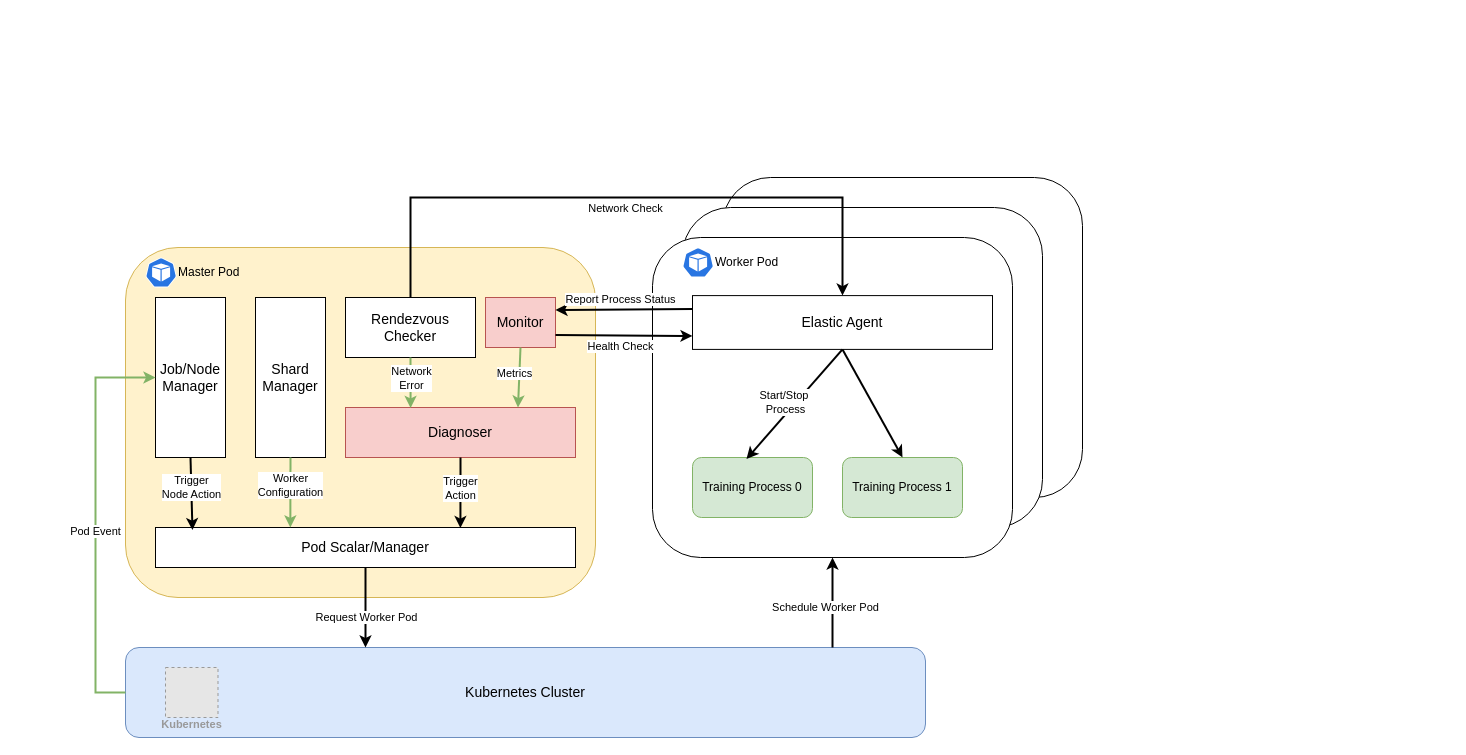
TheAriaYang/LynnnnnnnYang.github.io keeps this draw.io diagram as 未命名绘图.drawio. Above is the earlier version. Source tidied: cells renumbered, new cells numbered last; positions are measured from the earlier drawing's top-left corner, leaving out a move shared by most shapes. Both pictures are drawn from the tidied source at 100%, with x=0, y=0 at pixel (95, 177). Pictures stored in the file or linked from it are replaced by grey dashed boxes.
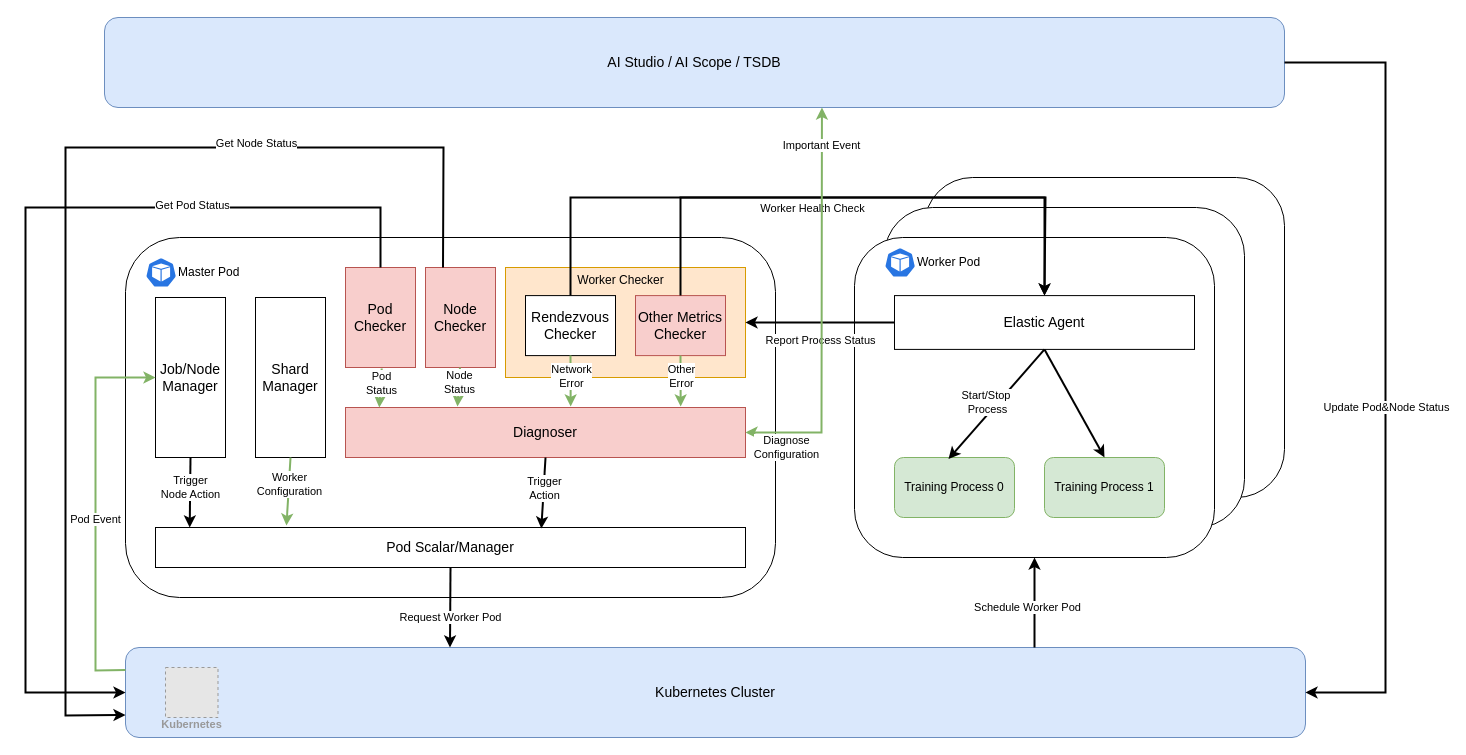
The same diagram, later.

Commit message:
更新未命名绘图.drawio

The change refers to these unchanged cells:
```xml
<mxCell id="21" value="&lt;font style=&quot;font-size: 14px;&quot;&gt;Job/Node Manager&lt;/font&gt;" style="rounded=0;whiteSpace=wrap;html=1;" parent="1" vertex="1">
  <mxGeometry x="60" y="120" width="70" height="160" as="geometry" />
</mxCell>
<mxCell id="26" value="&lt;font style=&quot;font-size: 14px;&quot;&gt;Shard Manager&lt;/font&gt;" style="rounded=0;whiteSpace=wrap;html=1;" parent="1" vertex="1">
  <mxGeometry x="160" y="120" width="70" height="160" as="geometry" />
</mxCell>
```

What changed in the source:
```diff
@@
     <mxCell id="2" style="rounded=1;whiteSpace=wrap;html=1;" parent="1" vertex="1">
-      <mxGeometry x="627" width="360" height="320" as="geometry" />
+      <mxGeometry x="829" width="360" height="320" as="geometry" />
     </mxCell>
     <mxCell id="3" style="rounded=1;whiteSpace=wrap;html=1;" parent="1" vertex="1">
-      <mxGeometry x="587" y="30" width="360" height="320" as="geometry" />
+      <mxGeometry x="789" y="30" width="360" height="320" as="geometry" />
     </mxCell>
     <mxCell id="4" value="&lt;font style=&quot;font-size: 14px;&quot;&gt;Kubernetes Cluster&lt;/font&gt;" style="rounded=1;whiteSpace=wrap;html=1;fillColor=#dae8fc;strokeColor=#6c8ebf;" parent="1" vertex="1">
-      <mxGeometry x="30" y="470" width="800" height="90" as="geometry" />
+      <mxGeometry x="30" y="470" width="1180" height="90" as="geometry" />
     </mxCell>
@@
-    <mxCell id="6" style="rounded=1;whiteSpace=wrap;html=1;fillColor=#fff2cc;strokeColor=#d6b656;" parent="1" vertex="1">
-      <mxGeometry x="30" y="70" width="470" height="350" as="geometry" />
+    <mxCell id="6" style="rounded=1;whiteSpace=wrap;html=1;" parent="1" vertex="1">
+      <mxGeometry x="30" y="60" width="650" height="360" as="geometry" />
     </mxCell>
@@
     <mxCell id="8" style="rounded=1;whiteSpace=wrap;html=1;" parent="1" vertex="1">
-      <mxGeometry x="557" y="60" width="360" height="320" as="geometry" />
+      <mxGeometry x="759" y="60" width="360" height="320" as="geometry" />
     </mxCell>
     <mxCell id="9" value="Worker Pod" style="sketch=0;html=1;dashed=0;whitespace=wrap;verticalLabelPosition=middle;verticalAlign=middle;fillColor=#2875E2;strokeColor=#ffffff;shape=mxgraph.kubernetes.icon2;prIcon=pod;labelPosition=right;align=left;" parent="1" vertex="1">
-      <mxGeometry x="587" y="70" width="31.2" height="30" as="geometry" />
+      <mxGeometry x="789" y="70" width="31.2" height="30" as="geometry" />
     </mxCell>
     <mxCell id="10" value="&lt;font style=&quot;font-size: 14px;&quot;&gt;Pod Scalar/Manager&lt;/font&gt;" style="rounded=0;whiteSpace=wrap;html=1;" parent="1" vertex="1">
-      <mxGeometry x="60" y="350" width="420" height="40" as="geometry" />
+      <mxGeometry x="60" y="350" width="590" height="40" as="geometry" />
     </mxCell>
-    <mxCell id="11" style="endArrow=classic;html=1;rounded=0;entryX=0.3;entryY=0;entryDx=0;entryDy=0;entryPerimeter=0;fillColor=#d5e8d4;strokeColor=#000000;strokeWidth=2;exitX=0.5;exitY=1;exitDx=0;exitDy=0;" parent="1" edge="1" source="10" target="4">
+    <mxCell id="11" style="endArrow=classic;html=1;rounded=0;entryX=0.275;entryY=0;entryDx=0;entryDy=0;entryPerimeter=0;fillColor=#d5e8d4;strokeColor=#000000;strokeWidth=2;exitX=0.5;exitY=1;exitDx=0;exitDy=0;" parent="1" edge="1" source="10" target="4">
       <mxGeometry relative="1" as="geometry" />
     </mxCell>
@@
     <mxCell id="13" style="endArrow=classic;html=1;rounded=0;entryX=0.5;entryY=1;entryDx=0;entryDy=0;fillColor=#d5e8d4;strokeColor=#000000;strokeWidth=2;exitX=0.75;exitY=0;exitDx=0;exitDy=0;" parent="1" edge="1" target="8">
       <mxGeometry relative="1" as="geometry">
-        <mxPoint x="737" y="470" as="sourcePoint" />
+        <mxPoint x="939" y="470" as="sourcePoint" />
       </mxGeometry>
     </mxCell>
@@
     <mxCell id="15" value="&lt;font style=&quot;font-size: 14px;&quot;&gt;Elastic Agent&lt;/font&gt;" style="rounded=0;whiteSpace=wrap;html=1;" parent="1" vertex="1">
-      <mxGeometry x="597" y="118.1" width="300" height="53.8" as="geometry" />
+      <mxGeometry x="799" y="118.1" width="300" height="53.8" as="geometry" />
     </mxCell>
     <mxCell id="16" value="Training Process 0" style="rounded=1;whiteSpace=wrap;html=1;fillColor=#d5e8d4;strokeColor=#82b366;" parent="1" vertex="1">
-      <mxGeometry x="597" y="280" width="120" height="60" as="geometry" />
+      <mxGeometry x="799" y="280" width="120" height="60" as="geometry" />
     </mxCell>
     <mxCell id="17" value="Training Process 1" style="rounded=1;whiteSpace=wrap;html=1;fillColor=#d5e8d4;strokeColor=#82b366;" parent="1" vertex="1">
-      <mxGeometry x="747" y="280" width="120" height="60" as="geometry" />
+      <mxGeometry x="949" y="280" width="120" height="60" as="geometry" />
     </mxCell>
@@
-    <mxCell id="22" style="endArrow=classic;html=1;rounded=0;exitX=0;exitY=0.5;exitDx=0;exitDy=0;entryX=0;entryY=0.5;entryDx=0;entryDy=0;strokeWidth=2;fillColor=#d5e8d4;strokeColor=#82b366;" parent="1" edge="1" source="4" target="21">
-      <mxGeometry relative="1" as="geometry">
-        <Array as="points">
-          <mxPoint y="515" />
-          <mxPoint y="200" />
-        </Array>
-      </mxGeometry>
-    </mxCell>
-    <mxCell id="23" value="Pod Event" style="edgeLabel;html=1;align=center;verticalAlign=middle;" parent="22" vertex="1">
-      <mxGeometry x="-0.05" y="1" relative="1" as="geometry" />
-    </mxCell>
-    <mxCell id="24" style="endArrow=classic;html=1;rounded=0;entryX=0.088;entryY=0.063;entryDx=0;entryDy=0;entryPerimeter=0;fillColor=#d5e8d4;strokeColor=#000000;strokeWidth=2;exitX=0.5;exitY=1;exitDx=0;exitDy=0;" parent="1" edge="1" source="21" target="10">
-      <mxGeometry relative="1" as="geometry" />
+    <mxCell id="24" style="endArrow=classic;html=1;rounded=0;entryX=0.058;entryY=0;entryDx=0;entryDy=0;entryPerimeter=0;fillColor=#d5e8d4;strokeColor=#000000;strokeWidth=2;" parent="1" edge="1" target="10">
+      <mxGeometry relative="1" as="geometry">
+        <mxPoint x="95" y="280" as="sourcePoint" />
+      </mxGeometry>
     </mxCell>
@@
-    <mxCell id="27" value="&lt;font style=&quot;font-size: 14px;&quot;&gt;Monitor&lt;/font&gt;" style="rounded=0;whiteSpace=wrap;html=1;fillColor=#f8cecc;strokeColor=#b85450;" parent="1" vertex="1">
-      <mxGeometry x="390" y="120" width="70" height="50" as="geometry" />
+    <mxCell id="27" style="rounded=0;html=1;fillColor=#ffe6cc;strokeColor=#d79b00;labelPosition=left;verticalLabelPosition=top;align=center;verticalAlign=bottom;" parent="1" vertex="1">
+      <mxGeometry x="410" y="90" width="240" height="110" as="geometry" />
     </mxCell>
     <mxCell id="28" value="&lt;font style=&quot;font-size: 14px;&quot;&gt;Diagnoser&lt;/font&gt;" style="rounded=0;whiteSpace=wrap;html=1;fillColor=#f8cecc;strokeColor=#b85450;" parent="1" vertex="1">
-      <mxGeometry x="250" y="230" width="230" height="50" as="geometry" />
+      <mxGeometry x="250" y="230" width="400" height="50" as="geometry" />
     </mxCell>
-    <mxCell id="29" style="endArrow=classic;html=1;rounded=0;fillColor=#d5e8d4;strokeColor=#000000;strokeWidth=2;exitX=0.5;exitY=1;exitDx=0;exitDy=0;entryX=0.726;entryY=0.013;entryDx=0;entryDy=0;entryPerimeter=0;" parent="1" edge="1" source="28" target="10">
+    <mxCell id="29" style="endArrow=classic;html=1;rounded=0;fillColor=#d5e8d4;strokeColor=#000000;strokeWidth=2;exitX=0.5;exitY=1;exitDx=0;exitDy=0;entryX=0.654;entryY=0.025;entryDx=0;entryDy=0;entryPerimeter=0;" parent="1" edge="1" source="28" target="10">
       <mxGeometry relative="1" as="geometry" />
     </mxCell>
@@
-    <mxCell id="31" style="endArrow=classic;html=1;rounded=0;fillColor=#d5e8d4;strokeColor=#82b366;strokeWidth=2;exitX=0.5;exitY=1;exitDx=0;exitDy=0;entryX=0.75;entryY=0;entryDx=0;entryDy=0;" parent="1" edge="1" source="27" target="28">
-      <mxGeometry relative="1" as="geometry" />
-    </mxCell>
-    <mxCell id="32" value="Metrics" style="edgeLabel;html=1;align=center;verticalAlign=middle;" parent="31" vertex="1">
-      <mxGeometry x="-0.14" y="-5" relative="1" as="geometry" />
-    </mxCell>
-    <mxCell id="33" style="endArrow=classic;html=1;rounded=0;exitX=0;exitY=0.25;exitDx=0;exitDy=0;entryX=1;entryY=0.25;entryDx=0;entryDy=0;fillColor=#d5e8d4;strokeColor=#000000;strokeWidth=2;startArrow=none;startFill=0;" parent="1" edge="1" source="15" target="27">
+    <mxCell id="33" style="endArrow=classic;html=1;rounded=0;exitX=0;exitY=0.5;exitDx=0;exitDy=0;entryX=1;entryY=0.5;entryDx=0;entryDy=0;fillColor=#d5e8d4;strokeColor=#000000;strokeWidth=2;startArrow=none;startFill=0;" parent="1" edge="1" source="15" target="27">
       <mxGeometry relative="1" as="geometry" />
     </mxCell>
     <mxCell id="34" value="Report Process Status" style="edgeLabel;html=1;align=center;verticalAlign=middle;" parent="1" vertex="1">
-      <mxGeometry x="540" y="130" as="geometry">
+      <mxGeometry x="740" y="171.9" as="geometry">
         <mxPoint x="-16" y="-9" as="offset" />
       </mxGeometry>
     </mxCell>
-    <mxCell id="35" style="endArrow=classic;html=1;rounded=0;exitX=1;exitY=0.75;exitDx=0;exitDy=0;entryX=0;entryY=0.75;entryDx=0;entryDy=0;fillColor=#d5e8d4;strokeColor=#000000;strokeWidth=2;startArrow=none;startFill=0;endFill=1;" parent="1" edge="1" source="27" target="15">
-      <mxGeometry relative="1" as="geometry" />
-    </mxCell>
-    <mxCell id="36" value="Health Check" style="edgeLabel;html=1;align=center;verticalAlign=middle;" parent="1" vertex="1">
-      <mxGeometry x="540" y="177" as="geometry">
-        <mxPoint x="-16" y="-9" as="offset" />
-      </mxGeometry>
-    </mxCell>
     <mxCell id="37" value="&lt;font style=&quot;font-size: 14px;&quot;&gt;Rendezvous&lt;/font&gt;&lt;div style=&quot;font-size: 14px;&quot;&gt;&lt;font style=&quot;font-size: 14px;&quot;&gt;Checker&lt;/font&gt;&lt;/div&gt;" style="rounded=0;whiteSpace=wrap;html=1;" parent="1" vertex="1">
-      <mxGeometry x="250" y="120" width="130" height="60" as="geometry" />
+      <mxGeometry x="430" y="118.1" width="90" height="60" as="geometry" />
     </mxCell>
-    <mxCell id="38" style="endArrow=classic;html=1;rounded=0;fillColor=#d5e8d4;strokeColor=#82b366;strokeWidth=2;exitX=0.5;exitY=1;exitDx=0;exitDy=0;entryX=0.283;entryY=0.01;entryDx=0;entryDy=0;entryPerimeter=0;" parent="1" edge="1" source="37" target="28">
-      <mxGeometry relative="1" as="geometry" />
+    <mxCell id="38" style="endArrow=classic;html=1;rounded=0;fillColor=#d5e8d4;strokeColor=#82b366;strokeWidth=2;entryX=0.563;entryY=-0.02;entryDx=0;entryDy=0;entryPerimeter=0;" parent="1" edge="1" target="28">
+      <mxGeometry relative="1" as="geometry">
+        <mxPoint x="475" y="178" as="sourcePoint" />
+      </mxGeometry>
     </mxCell>
@@
     <mxCell id="40" style="endArrow=classic;html=1;rounded=0;entryX=0.5;entryY=0;entryDx=0;entryDy=0;fillColor=#d5e8d4;strokeColor=#000000;strokeWidth=2;exitX=0.5;exitY=0;exitDx=0;exitDy=0;" parent="1" edge="1" source="37" target="15">
       <mxGeometry relative="1" as="geometry">
         <Array as="points">
-          <mxPoint x="315" y="20" />
-          <mxPoint x="747" y="20" />
+          <mxPoint x="475" y="20" />
+          <mxPoint x="949" y="20" />
         </Array>
       </mxGeometry>
     </mxCell>
-    <mxCell id="41" value="Network Check" style="edgeLabel;html=1;align=center;verticalAlign=middle;" parent="40" vertex="1">
-      <mxGeometry x="-0.26" y="2" relative="1" as="geometry">
-        <mxPoint x="81" y="12" as="offset" />
-      </mxGeometry>
-    </mxCell>
-    <mxCell id="42" style="endArrow=classic;html=1;rounded=0;fillColor=#d5e8d4;strokeColor=#82b366;strokeWidth=2;exitX=0.5;exitY=1;exitDx=0;exitDy=0;entryX=0.321;entryY=0;entryDx=0;entryDy=0;entryPerimeter=0;" parent="1" edge="1" source="26" target="10">
+    <mxCell id="42" style="endArrow=classic;html=1;rounded=0;fillColor=#d5e8d4;strokeColor=#82b366;strokeWidth=2;exitX=0.5;exitY=1;exitDx=0;exitDy=0;entryX=0.222;entryY=-0.05;entryDx=0;entryDy=0;entryPerimeter=0;" parent="1" edge="1" source="26" target="10">
       <mxGeometry relative="1" as="geometry" />
     </mxCell>
@@
+    <mxCell id="44" value="&lt;span style=&quot;font-size: 14px;&quot;&gt;Other Metrics&lt;/span&gt;&lt;br&gt;&lt;div style=&quot;font-size: 14px;&quot;&gt;&lt;font style=&quot;font-size: 14px;&quot;&gt;Checker&lt;/font&gt;&lt;/div&gt;" style="rounded=0;whiteSpace=wrap;html=1;fillColor=#f8cecc;strokeColor=#b85450;" parent="1" vertex="1">
+      <mxGeometry x="540" y="118.1" width="90" height="60" as="geometry" />
+    </mxCell>
+    <mxCell id="45" value="&lt;span style=&quot;font-size: 14px;&quot;&gt;Pod&lt;/span&gt;&lt;br&gt;&lt;div style=&quot;font-size: 14px;&quot;&gt;&lt;font style=&quot;font-size: 14px;&quot;&gt;Checker&lt;/font&gt;&lt;/div&gt;" style="rounded=0;whiteSpace=wrap;html=1;fillColor=#f8cecc;strokeColor=#b85450;" parent="1" vertex="1">
+      <mxGeometry x="250" y="90" width="70" height="100" as="geometry" />
+    </mxCell>
+    <mxCell id="46" value="&lt;span style=&quot;font-size: 14px;&quot;&gt;Node&lt;/span&gt;&lt;br&gt;&lt;div style=&quot;font-size: 14px;&quot;&gt;&lt;font style=&quot;font-size: 14px;&quot;&gt;Checker&lt;/font&gt;&lt;/div&gt;" style="rounded=0;whiteSpace=wrap;html=1;fillColor=#f8cecc;strokeColor=#b85450;" parent="1" vertex="1">
+      <mxGeometry x="330" y="90" width="70" height="100" as="geometry" />
+    </mxCell>
+    <mxCell id="47" style="endArrow=classic;html=1;rounded=0;entryX=0.5;entryY=0;entryDx=0;entryDy=0;fillColor=#d5e8d4;strokeColor=#000000;strokeWidth=2;exitX=0.5;exitY=0;exitDx=0;exitDy=0;" parent="1" edge="1" source="44" target="15">
+      <mxGeometry relative="1" as="geometry">
+        <Array as="points">
+          <mxPoint x="585" y="20" />
+          <mxPoint x="950" y="20" />
+        </Array>
+      </mxGeometry>
+    </mxCell>
+    <mxCell id="48" value="Worker Health Check" style="edgeLabel;html=1;align=center;verticalAlign=middle;" parent="47" vertex="1">
+      <mxGeometry x="-0.26" y="2" relative="1" as="geometry">
+        <mxPoint x="22" y="12" as="offset" />
+      </mxGeometry>
+    </mxCell>
+    <mxCell id="49" style="endArrow=classic;html=1;rounded=0;fillColor=#d5e8d4;strokeColor=#82b366;strokeWidth=2;exitX=0.5;exitY=1;exitDx=0;exitDy=0;entryX=0.838;entryY=-0.02;entryDx=0;entryDy=0;entryPerimeter=0;" parent="1" edge="1" source="44" target="28">
+      <mxGeometry relative="1" as="geometry" />
+    </mxCell>
+    <mxCell id="50" value="Other&lt;div&gt;Error&lt;/div&gt;" style="edgeLabel;html=1;align=center;verticalAlign=middle;" parent="49" vertex="1">
+      <mxGeometry x="-0.14" y="-5" relative="1" as="geometry">
+        <mxPoint x="5" y="-2" as="offset" />
+      </mxGeometry>
+    </mxCell>
+    <mxCell id="51" style="endArrow=classic;html=1;rounded=0;fillColor=#d5e8d4;strokeColor=#82b366;strokeWidth=2;entryX=0.28;entryY=-0.02;entryDx=0;entryDy=0;entryPerimeter=0;" parent="1" edge="1" target="28">
+      <mxGeometry relative="1" as="geometry">
+        <mxPoint x="364.5" y="190" as="sourcePoint" />
+      </mxGeometry>
+    </mxCell>
+    <mxCell id="52" value="&lt;div&gt;Node&lt;/div&gt;&lt;div&gt;Status&lt;/div&gt;" style="edgeLabel;html=1;align=center;verticalAlign=middle;" parent="51" vertex="1">
+      <mxGeometry x="-0.14" y="-5" relative="1" as="geometry">
+        <mxPoint x="5" y="-2" as="offset" />
+      </mxGeometry>
+    </mxCell>
+    <mxCell id="53" style="endArrow=classic;html=1;rounded=0;fillColor=#d5e8d4;strokeColor=#82b366;strokeWidth=2;entryX=0.28;entryY=-0.02;entryDx=0;entryDy=0;entryPerimeter=0;" parent="1" edge="1">
+      <mxGeometry relative="1" as="geometry">
+        <mxPoint x="286.2" y="191" as="sourcePoint" />
+        <mxPoint x="283.8" y="230" as="targetPoint" />
+      </mxGeometry>
+    </mxCell>
+    <mxCell id="54" value="&lt;div&gt;Pod&lt;/div&gt;&lt;div&gt;Status&lt;/div&gt;" style="edgeLabel;html=1;align=center;verticalAlign=middle;" parent="53" vertex="1">
+      <mxGeometry x="-0.14" y="-5" relative="1" as="geometry">
+        <mxPoint x="5" y="-2" as="offset" />
+      </mxGeometry>
+    </mxCell>
+    <mxCell id="55" style="endArrow=none;html=1;rounded=0;exitX=0;exitY=0.5;exitDx=0;exitDy=0;entryX=0.5;entryY=0;entryDx=0;entryDy=0;strokeWidth=2;fillColor=#d5e8d4;strokeColor=#000000;startArrow=classic;startFill=1;endFill=0;" parent="1" edge="1" source="4" target="45">
+      <mxGeometry relative="1" as="geometry">
+        <Array as="points">
+          <mxPoint x="-70" y="515" />
+          <mxPoint x="-70" y="30" />
+          <mxPoint x="285" y="30" />
+        </Array>
+      </mxGeometry>
+    </mxCell>
+    <mxCell id="56" value="Get Pod Status" style="edgeLabel;html=1;align=center;verticalAlign=middle;" parent="55" vertex="1">
+      <mxGeometry x="-0.05" y="1" relative="1" as="geometry">
+        <mxPoint x="167" y="-113" as="offset" />
+      </mxGeometry>
+    </mxCell>
+    <mxCell id="57" value="&lt;font style=&quot;font-size: 14px;&quot;&gt;AI Studio / AI Scope / TSDB&lt;/font&gt;" style="rounded=1;whiteSpace=wrap;html=1;fillColor=#dae8fc;strokeColor=#6c8ebf;" parent="1" vertex="1">
+      <mxGeometry x="9" y="-160" width="1180" height="90" as="geometry" />
+    </mxCell>
+    <mxCell id="58" style="endArrow=none;html=1;rounded=0;exitX=0;exitY=0.75;exitDx=0;exitDy=0;entryX=0.25;entryY=0;entryDx=0;entryDy=0;strokeWidth=2;fillColor=#d5e8d4;strokeColor=#000000;startArrow=classic;startFill=1;endFill=0;" parent="1" edge="1" source="4" target="46">
+      <mxGeometry relative="1" as="geometry">
+        <Array as="points">
+          <mxPoint x="-30" y="538" />
+          <mxPoint x="-30" y="-30" />
+          <mxPoint x="348" y="-30" />
+        </Array>
+      </mxGeometry>
+    </mxCell>
+    <mxCell id="59" value="Get Node Status" style="edgeLabel;html=1;align=center;verticalAlign=middle;" parent="58" vertex="1">
+      <mxGeometry x="-0.05" y="1" relative="1" as="geometry">
+        <mxPoint x="191" y="-98" as="offset" />
+      </mxGeometry>
+    </mxCell>
+    <mxCell id="60" style="endArrow=classic;html=1;rounded=0;fillColor=#d5e8d4;strokeColor=#82b366;strokeWidth=2;exitX=0.608;exitY=1;exitDx=0;exitDy=0;exitPerimeter=0;entryX=1;entryY=0.5;entryDx=0;entryDy=0;startArrow=classic;startFill=1;" parent="1" edge="1" source="57" target="28">
+      <mxGeometry relative="1" as="geometry">
+        <Array as="points">
+          <mxPoint x="726" y="255" />
+        </Array>
+      </mxGeometry>
+    </mxCell>
+    <mxCell id="61" value="Diagnose&lt;div&gt;Configuration&lt;/div&gt;" style="edgeLabel;html=1;align=center;verticalAlign=middle;" parent="60" vertex="1">
+      <mxGeometry x="-0.14" y="-5" relative="1" as="geometry">
+        <mxPoint x="-31" y="168" as="offset" />
+      </mxGeometry>
+    </mxCell>
+    <mxCell id="62" value="Important Event" style="edgeLabel;html=1;align=center;verticalAlign=middle;" parent="1" vertex="1">
+      <mxGeometry x="720" y="-30" as="geometry">
+        <mxPoint x="5" y="-3" as="offset" />
+      </mxGeometry>
+    </mxCell>
+    <mxCell id="63" value="Worker Checker" style="text;html=1;align=center;verticalAlign=middle;strokeColor=none;fillColor=none;" parent="1" vertex="1">
+      <mxGeometry x="470" y="88.1" width="110" height="30" as="geometry" />
+    </mxCell>
+    <mxCell id="22" style="endArrow=classic;html=1;rounded=0;exitX=0;exitY=0.25;exitDx=0;exitDy=0;entryX=0;entryY=0.5;entryDx=0;entryDy=0;strokeWidth=2;fillColor=#d5e8d4;strokeColor=#82b366;" parent="1" edge="1" source="4" target="21">
+      <mxGeometry relative="1" as="geometry">
+        <Array as="points">
+          <mxPoint y="493" />
+          <mxPoint y="200" />
+        </Array>
+      </mxGeometry>
+    </mxCell>
+    <mxCell id="23" value="Pod Event" style="edgeLabel;html=1;align=center;verticalAlign=middle;" parent="22" vertex="1">
+      <mxGeometry x="-0.05" y="1" relative="1" as="geometry" />
+    </mxCell>
+    <mxCell id="64" style="endArrow=classic;html=1;rounded=0;fillColor=#d5e8d4;strokeColor=#000000;strokeWidth=2;exitX=1;exitY=0.5;exitDx=0;exitDy=0;entryX=1;entryY=0.5;entryDx=0;entryDy=0;" parent="1" edge="1" source="57" target="4">
+      <mxGeometry relative="1" as="geometry">
+        <Array as="points">
+          <mxPoint x="1290" y="-115" />
+          <mxPoint x="1290" y="515" />
+        </Array>
+      </mxGeometry>
+    </mxCell>
+    <mxCell id="65" value="Update Pod&amp;amp;Node Status" style="edgeLabel;html=1;align=center;verticalAlign=middle;" parent="64" vertex="1">
+      <mxGeometry x="-0.26" y="2" relative="1" as="geometry">
+        <mxPoint x="-2" y="145" as="offset" />
+      </mxGeometry>
+    </mxCell>
```
